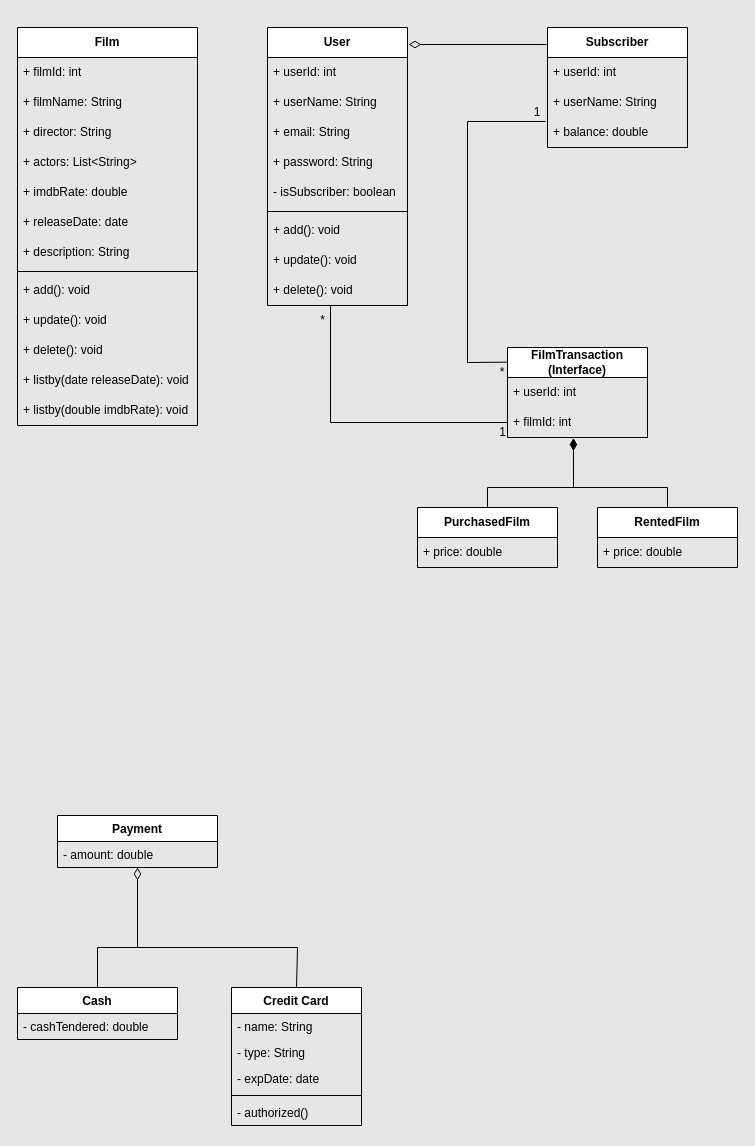
Gundogduu/javaIntro2022 keeps this draw.io diagram as OnlineFilmService.drawio. Above is the earlier version. Source tidied: cells renumbered, new cells numbered last; positions are measured from the earlier drawing's top-left corner, leaving out a move shared by most shapes. Both pictures are drawn from the tidied source at 100%, with x=0, y=0 at pixel (17, 27).
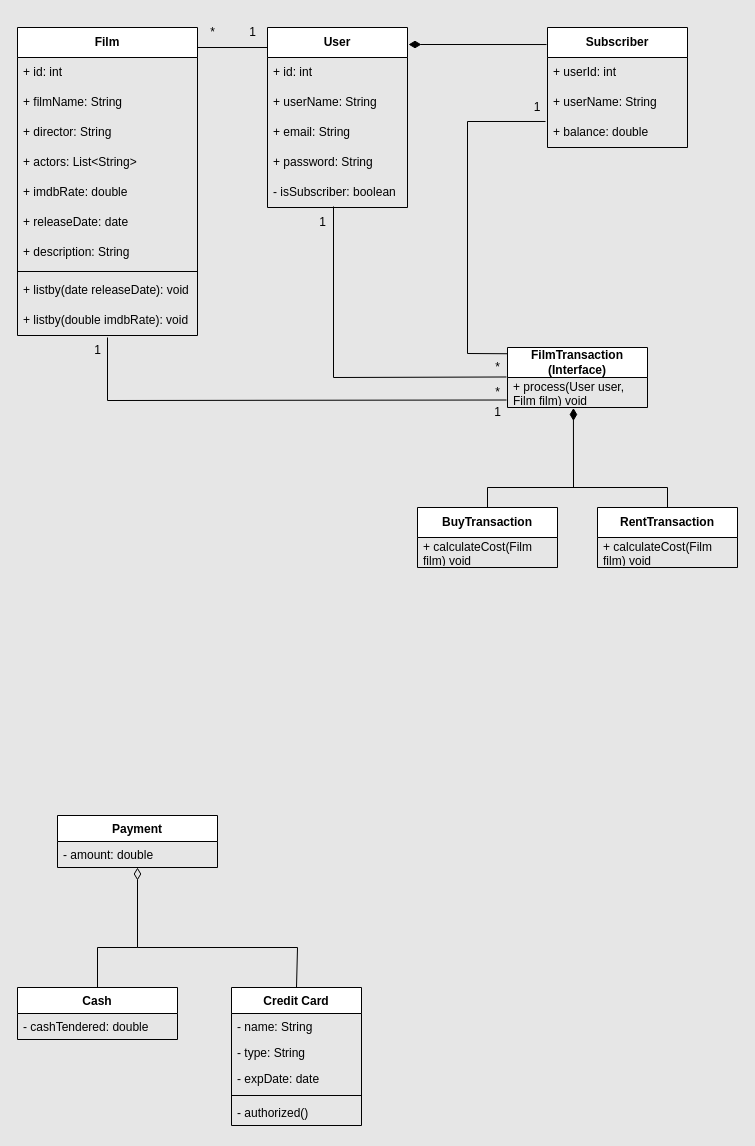
Above is the later version.

Unchanged cells that the change refers to:
```xml
<mxCell id="12" value="&lt;b&gt;Subscriber&lt;/b&gt;" style="swimlane;fontStyle=0;horizontal=1;startSize=30;whiteSpace=wrap;html=1;" parent="1" vertex="1">
  <mxGeometry x="530" width="140" height="120" as="geometry" />
</mxCell>
<mxCell id="15" value="+ balance: double" style="text;strokeColor=none;fillColor=none;align=left;verticalAlign=middle;spacingLeft=4;spacingRight=4;overflow=hidden;points=[[0,0.5],[1,0.5]];portConstraint=eastwest;whiteSpace=wrap;html=1;" parent="12" vertex="1">
  <mxGeometry y="90" width="140" height="30" as="geometry" />
</mxCell>
```

The edit, as a diff of the source:
```diff
@@
     <mxCell id="2" value="&lt;b&gt;User&lt;/b&gt;" style="swimlane;fontStyle=0;horizontal=1;startSize=30;whiteSpace=wrap;html=1;" parent="1" vertex="1">
-      <mxGeometry x="250" width="140" height="278" as="geometry" />
+      <mxGeometry x="250" width="140" height="180" as="geometry" />
     </mxCell>
-    <mxCell id="3" value="+ userId: int" style="text;strokeColor=none;fillColor=none;align=left;verticalAlign=middle;spacingLeft=4;spacingRight=4;overflow=hidden;whiteSpace=wrap;html=1;" parent="2" vertex="1">
+    <mxCell id="3" value="+ id: int" style="text;strokeColor=none;fillColor=none;align=left;verticalAlign=middle;spacingLeft=4;spacingRight=4;overflow=hidden;whiteSpace=wrap;html=1;" parent="2" vertex="1">
       <mxGeometry y="30" width="140" height="30" as="geometry" />
     </mxCell>
@@
-    <mxCell id="8" style="line;strokeWidth=1;fillColor=none;align=left;verticalAlign=middle;spacingTop=-1;spacingLeft=3;spacingRight=3;labelPosition=right;strokeColor=inherit;" parent="2" vertex="1">
-      <mxGeometry y="180" width="140" height="8" as="geometry" />
-    </mxCell>
-    <mxCell id="9" value="+ add(): void" style="text;strokeColor=none;fillColor=none;align=left;verticalAlign=middle;spacingLeft=4;spacingRight=4;overflow=hidden;whiteSpace=wrap;html=1;" parent="2" vertex="1">
-      <mxGeometry y="188" width="140" height="30" as="geometry" />
-    </mxCell>
-    <mxCell id="10" value="+ update(): void" style="text;strokeColor=none;fillColor=none;align=left;verticalAlign=middle;spacingLeft=4;spacingRight=4;overflow=hidden;whiteSpace=wrap;html=1;" parent="2" vertex="1">
-      <mxGeometry y="218" width="140" height="30" as="geometry" />
-    </mxCell>
-    <mxCell id="11" value="+ delete(): void" style="text;strokeColor=none;fillColor=none;align=left;verticalAlign=middle;spacingLeft=4;spacingRight=4;overflow=hidden;points=[[0,0.5],[1,0.5]];portConstraint=eastwest;whiteSpace=wrap;html=1;" parent="2" vertex="1">
-      <mxGeometry y="248" width="140" height="30" as="geometry" />
-    </mxCell>
@@
-    <mxCell id="16" style="edgeStyle=none;jettySize=auto;html=1;rounded=0;entryX=-0.007;entryY=0.142;entryDx=0;entryDy=0;entryPerimeter=0;endArrow=none;startFill=0;startArrow=diamondThin;endSize=6;startSize=10;" parent="1" edge="1" target="12">
+    <mxCell id="16" style="edgeStyle=none;jettySize=auto;html=1;rounded=0;entryX=-0.007;entryY=0.142;entryDx=0;entryDy=0;entryPerimeter=0;endArrow=none;startFill=1;startArrow=diamondThin;endSize=6;startSize=10;" parent="1" edge="1" target="12">
       <mxGeometry relative="1" as="geometry">
         <mxPoint x="391" y="17" as="sourcePoint" />
       </mxGeometry>
     </mxCell>
     <mxCell id="17" value="&lt;b&gt;Film&lt;/b&gt;" style="swimlane;fontStyle=0;horizontal=1;startSize=30;whiteSpace=wrap;html=1;" parent="1" vertex="1">
-      <mxGeometry width="180" height="398" as="geometry" />
+      <mxGeometry width="180" height="308" as="geometry" />
     </mxCell>
-    <mxCell id="18" value="+ filmId: int" style="text;strokeColor=none;fillColor=none;align=left;verticalAlign=middle;spacingLeft=4;spacingRight=4;overflow=hidden;whiteSpace=wrap;html=1;" parent="17" vertex="1">
+    <mxCell id="18" value="+ id: int" style="text;strokeColor=none;fillColor=none;align=left;verticalAlign=middle;spacingLeft=4;spacingRight=4;overflow=hidden;whiteSpace=wrap;html=1;" parent="17" vertex="1">
       <mxGeometry y="30" width="180" height="30" as="geometry" />
     </mxCell>
@@
-    <mxCell id="26" value="+ add(): void" style="text;strokeColor=none;fillColor=none;align=left;verticalAlign=middle;spacingLeft=4;spacingRight=4;overflow=hidden;whiteSpace=wrap;html=1;" parent="17" vertex="1">
-      <mxGeometry y="248" width="180" height="30" as="geometry" />
-    </mxCell>
-    <mxCell id="27" value="+ update(): void" style="text;strokeColor=none;fillColor=none;align=left;verticalAlign=middle;spacingLeft=4;spacingRight=4;overflow=hidden;whiteSpace=wrap;html=1;" parent="17" vertex="1">
-      <mxGeometry y="278" width="180" height="30" as="geometry" />
-    </mxCell>
-    <mxCell id="28" value="+ delete(): void" style="text;strokeColor=none;fillColor=none;align=left;verticalAlign=middle;spacingLeft=4;spacingRight=4;overflow=hidden;whiteSpace=wrap;html=1;" parent="17" vertex="1">
-      <mxGeometry y="308" width="180" height="30" as="geometry" />
-    </mxCell>
     <mxCell id="29" value="+ listby(date releaseDate): void" style="text;strokeColor=none;fillColor=none;align=left;verticalAlign=middle;spacingLeft=4;spacingRight=4;overflow=hidden;whiteSpace=wrap;html=1;" parent="17" vertex="1">
-      <mxGeometry y="338" width="180" height="30" as="geometry" />
+      <mxGeometry y="248" width="180" height="30" as="geometry" />
     </mxCell>
     <mxCell id="30" value="+ listby(double imdbRate): void" style="text;strokeColor=none;fillColor=none;align=left;verticalAlign=middle;spacingLeft=4;spacingRight=4;overflow=hidden;points=[[0,0.5],[1,0.5]];portConstraint=eastwest;whiteSpace=wrap;html=1;" parent="17" vertex="1">
-      <mxGeometry y="368" width="180" height="30" as="geometry" />
+      <mxGeometry y="278" width="180" height="30" as="geometry" />
     </mxCell>
-    <mxCell id="31" style="edgeStyle=none;jettySize=auto;html=1;rounded=0;exitX=0;exitY=0.163;exitDx=0;exitDy=0;entryX=-0.014;entryY=0.133;entryDx=0;entryDy=0;endArrow=none;startFill=0;entryPerimeter=0;exitPerimeter=0;" parent="1" edge="1" source="46" target="15">
+    <mxCell id="31" style="edgeStyle=none;jettySize=auto;html=1;rounded=0;exitX=0;exitY=0.104;exitDx=0;exitDy=0;entryX=-0.014;entryY=0.133;entryDx=0;entryDy=0;endArrow=none;startFill=0;entryPerimeter=0;exitPerimeter=0;" parent="1" edge="1" source="46" target="15">
       <mxGeometry relative="1" as="geometry">
         <Array as="points">
-          <mxPoint x="450" y="335" />
+          <mxPoint x="450" y="326" />
           <mxPoint x="450" y="94" />
         </Array>
       </mxGeometry>
     </mxCell>
     <mxCell id="32" value="1" style="text;html=1;align=center;verticalAlign=middle;whiteSpace=wrap;rounded=0;" parent="1" vertex="1">
-      <mxGeometry x="490" y="70" width="60" height="30" as="geometry" />
+      <mxGeometry x="510" y="70" width="20" height="20" as="geometry" />
     </mxCell>
     <mxCell id="33" value="*" style="text;html=1;align=center;verticalAlign=middle;whiteSpace=wrap;rounded=0;" parent="1" vertex="1">
-      <mxGeometry x="470" y="330" width="30" height="30" as="geometry" />
+      <mxGeometry x="467.5" y="330" width="25" height="20" as="geometry" />
     </mxCell>
@@
     <mxCell id="46" value="&lt;b&gt;FilmTransaction (Interface)&lt;/b&gt;" style="swimlane;fontStyle=0;horizontal=1;startSize=30;whiteSpace=wrap;html=1;" parent="1" vertex="1">
-      <mxGeometry x="490" y="320" width="140" height="90" as="geometry" />
+      <mxGeometry x="490" y="320" width="140" height="60" as="geometry" />
     </mxCell>
-    <mxCell id="47" value="+ userId: int" style="text;strokeColor=none;fillColor=none;align=left;verticalAlign=middle;spacingLeft=4;spacingRight=4;overflow=hidden;whiteSpace=wrap;html=1;" parent="46" vertex="1">
-      <mxGeometry y="30" width="140" height="30" as="geometry" />
-    </mxCell>
-    <mxCell id="48" value="+ filmId: int" style="text;strokeColor=none;fillColor=none;align=left;verticalAlign=middle;spacingLeft=4;spacingRight=4;overflow=hidden;points=[[0,0.5],[1,0.5]];portConstraint=eastwest;whiteSpace=wrap;html=1;" parent="46" vertex="1">
-      <mxGeometry y="60" width="140" height="30" as="geometry" />
+    <mxCell id="48" value="+ process(User user, Film film) void" style="text;strokeColor=none;fillColor=none;align=left;verticalAlign=middle;spacingLeft=4;spacingRight=4;overflow=hidden;points=[[0,0.5],[1,0.5]];portConstraint=eastwest;whiteSpace=wrap;html=1;" parent="46" vertex="1">
+      <mxGeometry y="30" width="140" height="30" as="geometry" />
     </mxCell>
-    <mxCell id="49" value="&lt;b&gt;RentedFilm&lt;/b&gt;" style="swimlane;fontStyle=0;horizontal=1;startSize=30;whiteSpace=wrap;html=1;" parent="1" vertex="1">
+    <mxCell id="49" value="&lt;b&gt;RentTransaction&lt;/b&gt;" style="swimlane;fontStyle=0;horizontal=1;startSize=30;whiteSpace=wrap;html=1;" parent="1" vertex="1">
       <mxGeometry x="580" y="480" width="140" height="60" as="geometry" />
     </mxCell>
-    <mxCell id="50" value="+ price: double" style="text;strokeColor=none;fillColor=none;align=left;verticalAlign=middle;spacingLeft=4;spacingRight=4;overflow=hidden;whiteSpace=wrap;html=1;" parent="49" vertex="1">
+    <mxCell id="50" value="+ calculateCost(Film film) void" style="text;strokeColor=none;fillColor=none;align=left;verticalAlign=middle;spacingLeft=4;spacingRight=4;overflow=hidden;whiteSpace=wrap;html=1;" parent="49" vertex="1">
       <mxGeometry y="30" width="140" height="30" as="geometry" />
     </mxCell>
-    <mxCell id="51" value="&lt;b&gt;PurchasedFilm&lt;/b&gt;" style="swimlane;fontStyle=0;horizontal=1;startSize=30;whiteSpace=wrap;html=1;" parent="1" vertex="1">
+    <mxCell id="51" value="&lt;b&gt;BuyTransaction&lt;/b&gt;" style="swimlane;fontStyle=0;horizontal=1;startSize=30;whiteSpace=wrap;html=1;" parent="1" vertex="1">
       <mxGeometry x="400" y="480" width="140" height="60" as="geometry" />
     </mxCell>
-    <mxCell id="52" value="+ price: double" style="text;strokeColor=none;fillColor=none;align=left;verticalAlign=middle;spacingLeft=4;spacingRight=4;overflow=hidden;whiteSpace=wrap;html=1;" parent="51" vertex="1">
-      <mxGeometry y="30" width="140" height="30" as="geometry" />
-    </mxCell>
+    <mxCell id="58" value="+ calculateCost(Film film) void" style="text;strokeColor=none;fillColor=none;align=left;verticalAlign=middle;spacingLeft=4;spacingRight=4;overflow=hidden;whiteSpace=wrap;html=1;" parent="51" vertex="1">
+      <mxGeometry y="30" width="140" height="30" as="geometry" />
+    </mxCell>
@@
-    <mxCell id="55" style="edgeStyle=none;jettySize=auto;html=1;rounded=0;entryX=0.45;entryY=0.983;entryDx=0;entryDy=0;entryPerimeter=0;exitX=0;exitY=0.5;exitDx=0;exitDy=0;startArrow=none;startFill=0;endArrow=none;" parent="1" edge="1" source="48" target="11">
-      <mxGeometry relative="1" as="geometry">
-        <Array as="points">
-          <mxPoint x="313" y="395" />
-        </Array>
-      </mxGeometry>
-    </mxCell>
-    <mxCell id="56" value="*" style="text;html=1;align=center;verticalAlign=middle;strokeColor=none;fillColor=none;" parent="1" vertex="1">
-      <mxGeometry x="290" y="278" width="30" height="30" as="geometry" />
+    <mxCell id="56" value="1" style="text;html=1;align=center;verticalAlign=middle;strokeColor=none;fillColor=none;" parent="1" vertex="1">
+      <mxGeometry x="290" y="180" width="30" height="30" as="geometry" />
     </mxCell>
-    <mxCell id="57" value="1" style="text;html=1;align=center;verticalAlign=middle;strokeColor=none;fillColor=none;" parent="1" vertex="1">
-      <mxGeometry x="470" y="390" width="30" height="30" as="geometry" />
+    <mxCell id="57" value="*" style="text;html=1;align=center;verticalAlign=middle;strokeColor=none;fillColor=none;" parent="1" vertex="1">
+      <mxGeometry x="465" y="350" width="30" height="30" as="geometry" />
     </mxCell>
+    <mxCell id="59" style="edgeStyle=none;jettySize=auto;html=1;rounded=0;endArrow=none;startFill=0;entryX=-0.007;entryY=-0.017;entryDx=0;entryDy=0;entryPerimeter=0;" parent="1" edge="1" target="48">
+      <mxGeometry relative="1" as="geometry">
+        <mxPoint x="316" y="179" as="sourcePoint" />
+        <Array as="points">
+          <mxPoint x="316" y="350" />
+        </Array>
+      </mxGeometry>
+    </mxCell>
+    <mxCell id="60" style="edgeStyle=none;orthogonalLoop=1;jettySize=auto;html=1;rounded=0;endArrow=none;startFill=0;" parent="1" edge="1">
+      <mxGeometry relative="1" as="geometry">
+        <mxPoint x="180" y="20" as="sourcePoint" />
+        <mxPoint x="250" y="20" as="targetPoint" />
+      </mxGeometry>
+    </mxCell>
+    <mxCell id="61" value="*" style="text;html=1;align=center;verticalAlign=middle;strokeColor=none;fillColor=none;" parent="1" vertex="1">
+      <mxGeometry x="180" y="-10" width="30" height="30" as="geometry" />
+    </mxCell>
+    <mxCell id="62" value="1" style="text;html=1;align=center;verticalAlign=middle;strokeColor=none;fillColor=none;" parent="1" vertex="1">
+      <mxGeometry x="220" y="-10" width="30" height="30" as="geometry" />
+    </mxCell>
+    <mxCell id="63" style="edgeStyle=none;jettySize=auto;html=1;rounded=0;exitX=0.5;exitY=1.067;exitDx=0;exitDy=0;exitPerimeter=0;entryX=-0.007;entryY=0.75;entryDx=0;entryDy=0;endArrow=none;startFill=0;entryPerimeter=0;" parent="1" edge="1" source="30" target="48">
+      <mxGeometry relative="1" as="geometry">
+        <Array as="points">
+          <mxPoint x="90" y="373" />
+        </Array>
+      </mxGeometry>
+    </mxCell>
+    <mxCell id="64" value="1" style="text;html=1;align=center;verticalAlign=middle;strokeColor=none;fillColor=none;" parent="1" vertex="1">
+      <mxGeometry x="65" y="308" width="30" height="30" as="geometry" />
+    </mxCell>
+    <mxCell id="65" value="1" style="text;html=1;align=center;verticalAlign=middle;strokeColor=none;fillColor=none;" parent="1" vertex="1">
+      <mxGeometry x="465" y="370" width="30" height="30" as="geometry" />
+    </mxCell>
```
